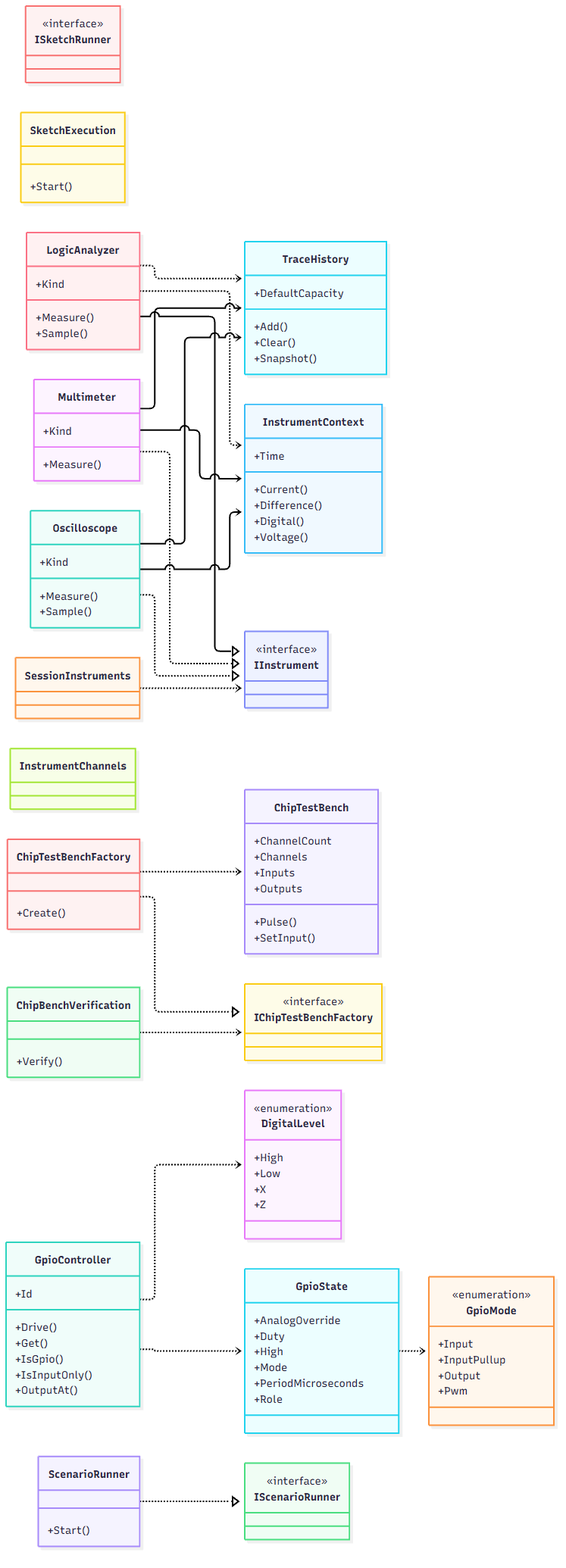
Ismail-DEV-dg/3D-physical-Technical-constructor keeps this Mermaid diagram as docs/uml/images/simulation-simulation-03.png. Above is the earlier version. Its source is kept beside it as docs/uml/generated/simulation-simulation-03.mmd. The source it was exported from:
```mermaid
classDiagram
    direction LR
    class T01["DigitalLevel"]
    <<enumeration>> T01
    T01 : +High
    T01 : +Low
    T01 : +X
    T01 : +Z
    class T02["GpioController"]
    T02 : +Drive()
    T02 : +Get()
    T02 : +Id
    T02 : +IsGpio()
    T02 : +IsInputOnly()
    T02 : +OutputAt()
    class T03["GpioMode"]
    <<enumeration>> T03
    T03 : +Input
    T03 : +InputPullup
    T03 : +Output
    T03 : +Pwm
    class T04["GpioState"]
    T04 : +AnalogOverride
    T04 : +Duty
    T04 : +High
    T04 : +Mode
    T04 : +PeriodMicroseconds
    T04 : +Role
    class T05["ChipBenchVerification"]
    T05 : +Verify()
    class T06["ChipTestBench"]
    T06 : +ChannelCount
    T06 : +Channels
    T06 : +Inputs
    T06 : +Outputs
    T06 : +Pulse()
    T06 : +SetInput()
    class T07["ChipTestBenchFactory"]
    T07 : +Create()
    class T08["IChipTestBenchFactory"]
    <<interface>> T08
    class T09["IInstrument"]
    <<interface>> T09
    class T10["InstrumentChannels"]
    class T11["InstrumentContext"]
    T11 : +Current()
    T11 : +Difference()
    T11 : +Digital()
    T11 : +Time
    T11 : +Voltage()
    class T12["LogicAnalyzer"]
    T12 : +Kind
    T12 : +Measure()
    T12 : +Sample()
    class T13["Multimeter"]
    T13 : +Kind
    T13 : +Measure()
    class T14["Oscilloscope"]
    T14 : +Kind
    T14 : +Measure()
    T14 : +Sample()
    class T15["SessionInstruments"]
    class T16["TraceHistory"]
    T16 : +Add()
    T16 : +Clear()
    T16 : +DefaultCapacity
    T16 : +Snapshot()
    class T17["IScenarioRunner"]
    <<interface>> T17
    class T18["ScenarioRunner"]
    T18 : +Start()
    class T19["ISketchRunner"]
    <<interface>> T19
    class T20["SketchExecution"]
    T20 : +Start()
    T02 ..> T04
    T02 ..> T01
    T04 ..> T03
    T05 ..> T08
    T07 ..|> T08
    T07 ..> T06
    T12 ..|> T09
    T12 ..> T11
    T12 ..> T16
    T13 ..|> T09
    T13 ..> T11
    T13 ..> T16
    T14 ..|> T09
    T14 ..> T11
    T14 ..> T16
    T15 ..> T09
    T18 ..|> T17
```
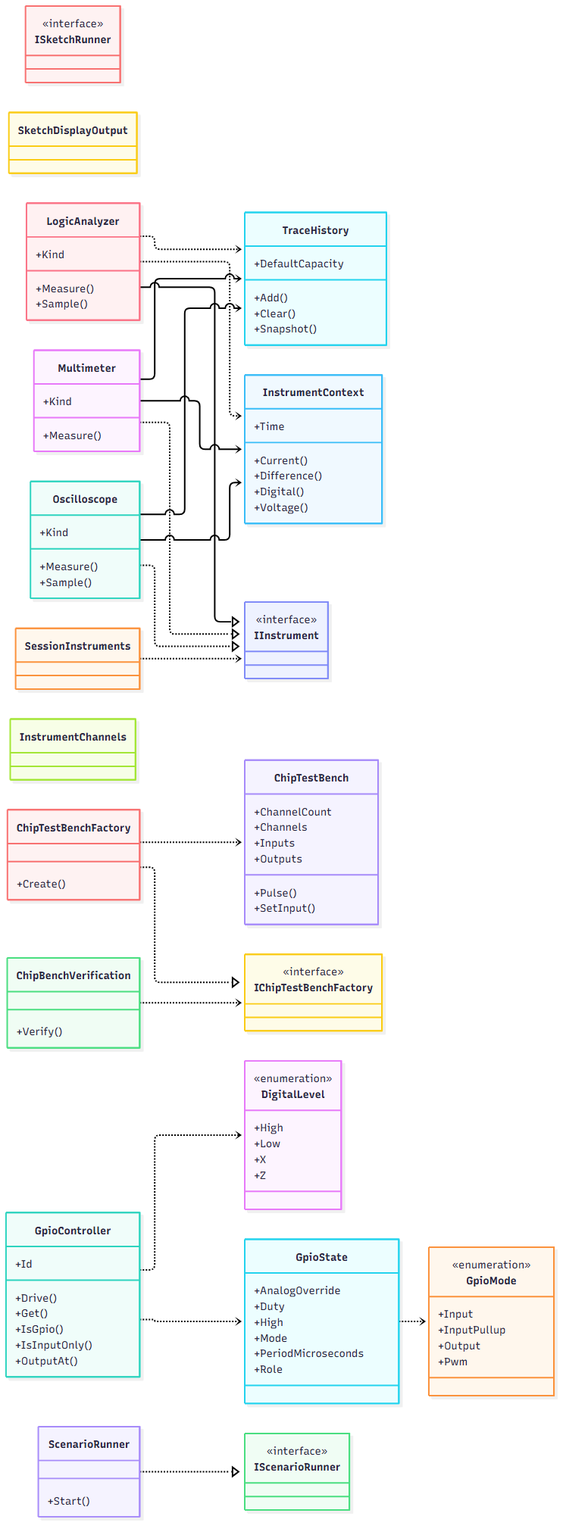
The same file after the commit.

What changed in the source:
```diff
@@ -71,8 +71,7 @@
     T18 : +Start()
     class T19["ISketchRunner"]
     <<interface>> T19
-    class T20["SketchExecution"]
-    T20 : +Start()
+    class T20["SketchDisplayOutput"]
     T02 ..> T04
     T02 ..> T01
     T04 ..> T03
```
